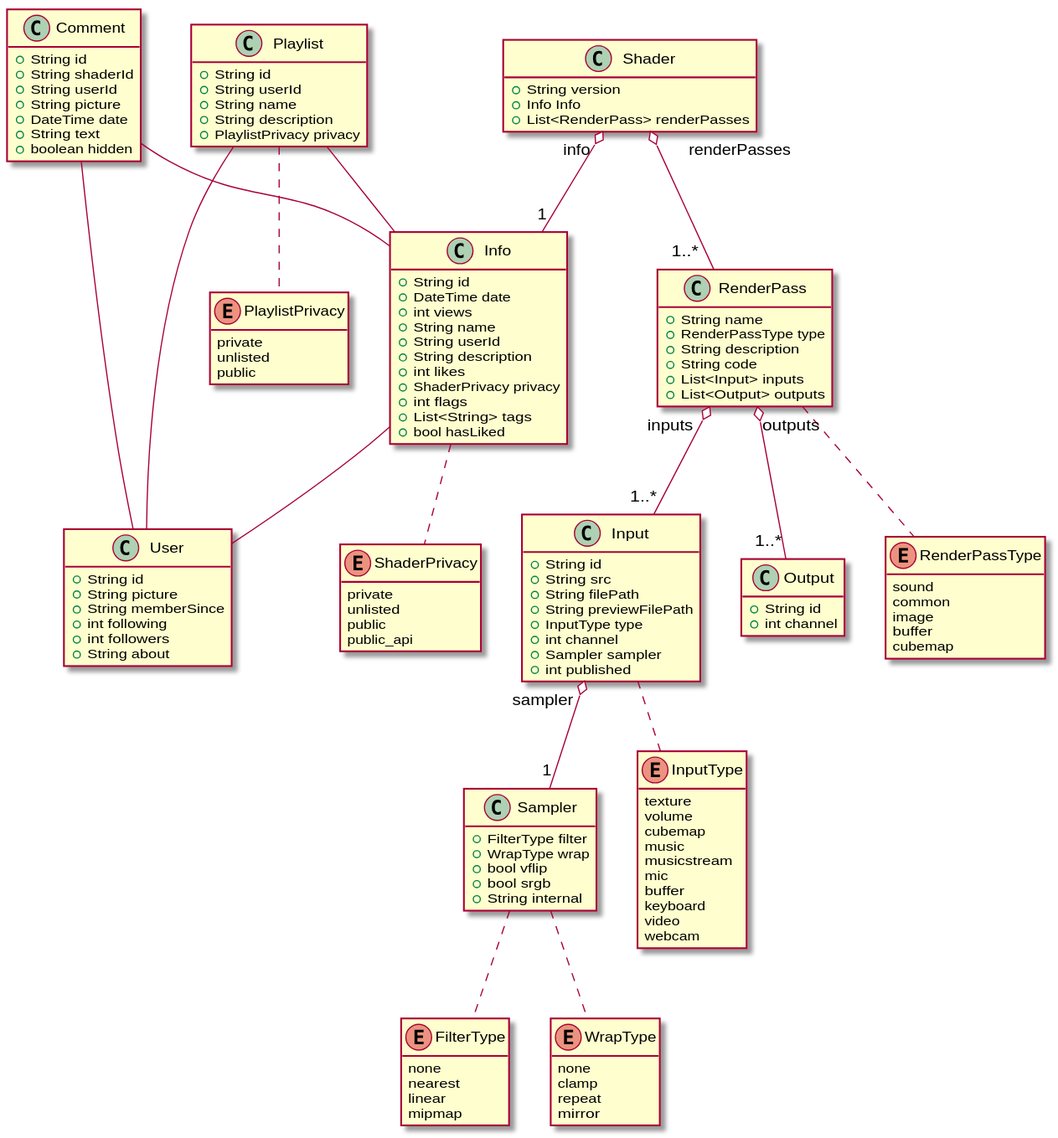
Above: packages/shadertoy/model.svg in ivoleitao/shadertoy (PlantUML), before the change.
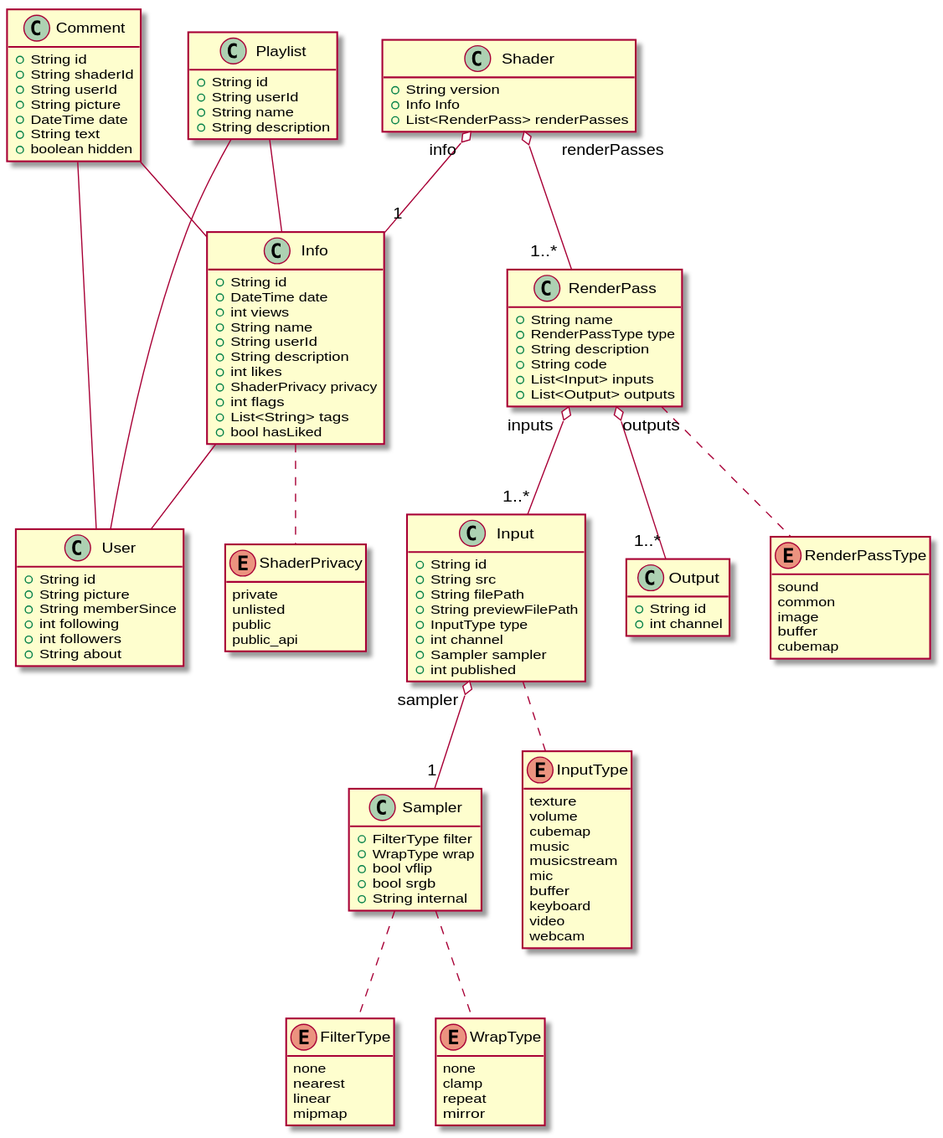
Later version of the same file.

Commit message:
Generate SVG and PNG images for PlantUML diagrams

Diff of the diagram source:
```diff
@@ -117,18 +117,11 @@
     +List<RenderPass> renderPasses
 }
 
-enum PlaylistPrivacy {
-    private
-    unlisted
-    public
-}
-
 class Playlist {
     +String id
     +String userId
     +String name
     +String description
-    +PlaylistPrivacy privacy
 }
 
 Info  .. ShaderPrivacy
@@ -136,7 +129,6 @@
 Sampler .. WrapType
 Input .. InputType
 RenderPass .. RenderPassType
-Playlist .. PlaylistPrivacy
 
 Shader "             info" o-- "1" Info
 Shader "     renderPasses" o-- "1..*  " RenderPass
@@ -150,5 +142,4 @@
 Comment -- Info
 Comment -- User
 
-
 @enduml
```
